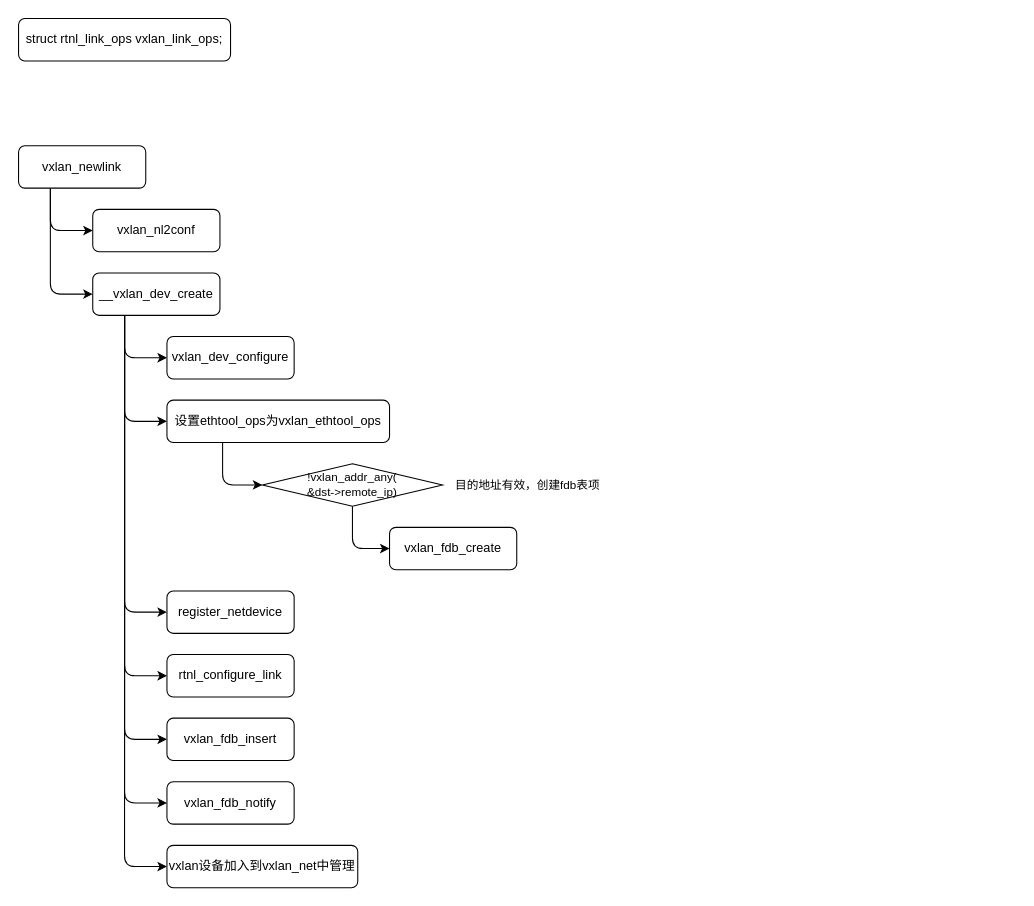
Earlier version of the draw.io diagram linux/linux_vxlan.drawio (Aspiresky/draw.io). Source tidied: cells renumbered, new cells numbered last; positions are measured from the earlier drawing's top-left corner, leaving out a move shared by most shapes. Both pictures are drawn from the tidied source at 106%, with x=0, y=0 at pixel (18, 18).
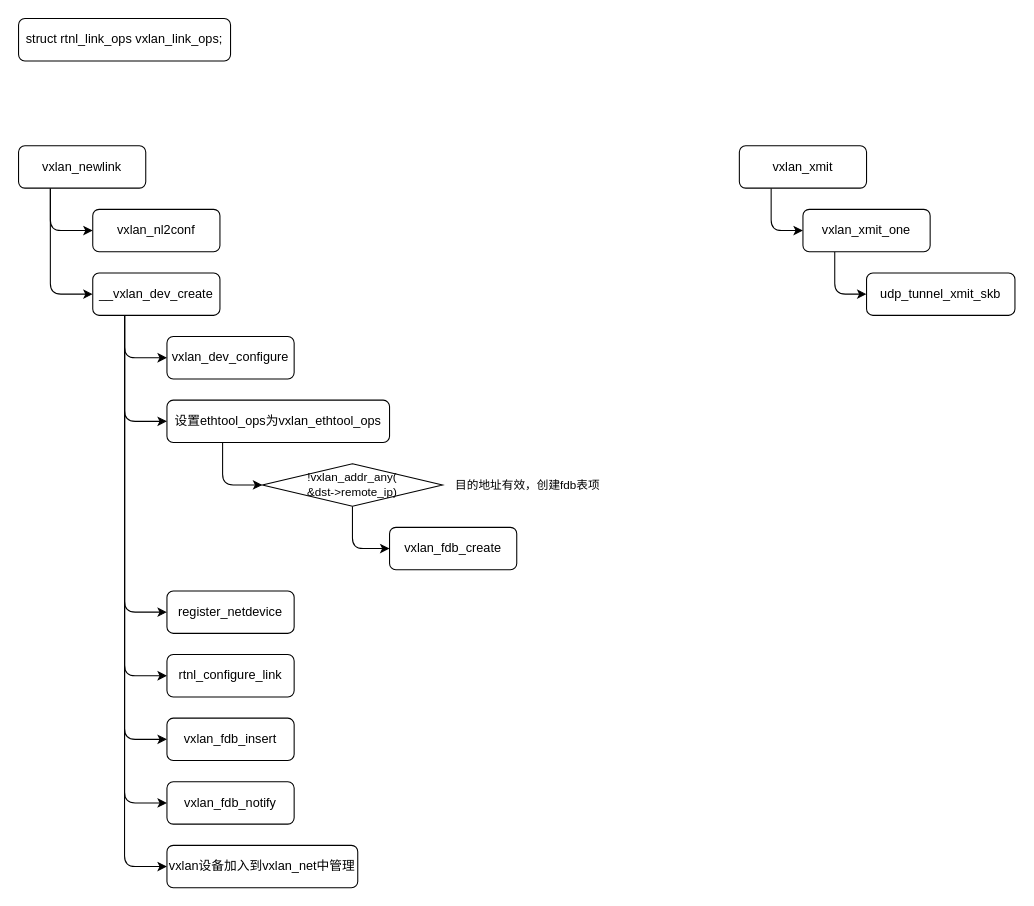
The same page after the edit.

What changed in the source:
```diff
@@
+    <mxCell id="27" style="edgeStyle=orthogonalEdgeStyle;shape=connector;curved=0;rounded=1;jettySize=auto;html=1;exitX=0.25;exitY=1;exitDx=0;exitDy=0;entryX=0;entryY=0.5;entryDx=0;entryDy=0;labelBackgroundColor=default;strokeColor=default;align=center;verticalAlign=middle;fontFamily=Helvetica;fontSize=11;fontColor=default;endArrow=classic;" parent="1" edge="1" source="28" target="30">
+      <mxGeometry relative="1" as="geometry" />
+    </mxCell>
+    <mxCell id="28" value="vxlan_xmit" style="rounded=1;whiteSpace=wrap;html=1;" parent="1" vertex="1">
+      <mxGeometry x="680" y="120" width="120" height="40" as="geometry" />
+    </mxCell>
+    <mxCell id="29" style="edgeStyle=orthogonalEdgeStyle;shape=connector;curved=0;rounded=1;jettySize=auto;html=1;exitX=0.25;exitY=1;exitDx=0;exitDy=0;entryX=0;entryY=0.5;entryDx=0;entryDy=0;labelBackgroundColor=default;strokeColor=default;align=center;verticalAlign=middle;fontFamily=Helvetica;fontSize=11;fontColor=default;endArrow=classic;" parent="1" edge="1" source="30" target="31">
+      <mxGeometry relative="1" as="geometry" />
+    </mxCell>
+    <mxCell id="30" value="vxlan_xmit_one" style="rounded=1;whiteSpace=wrap;html=1;" parent="1" vertex="1">
+      <mxGeometry x="740" y="180" width="120" height="40" as="geometry" />
+    </mxCell>
+    <mxCell id="31" value="udp_tunnel_xmit_skb" style="rounded=1;whiteSpace=wrap;html=1;" parent="1" vertex="1">
+      <mxGeometry x="800" y="240" width="140" height="40" as="geometry" />
+    </mxCell>
```
